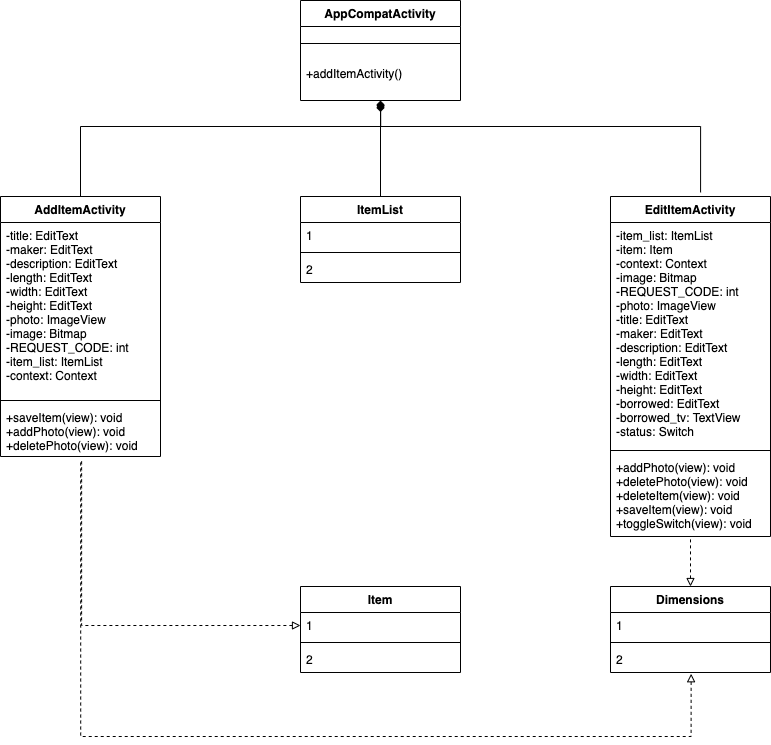
This is Class Diagrams/ApplicationBorrowedTemplateClassDiagram.png from smitbmx/Architecture-Diagrams, a draw.io export, as it was before one commit. Source tidied: cells renumbered, new cells last; positions are measured from the earlier drawing's top-left corner, leaving out a move shared by most shapes.
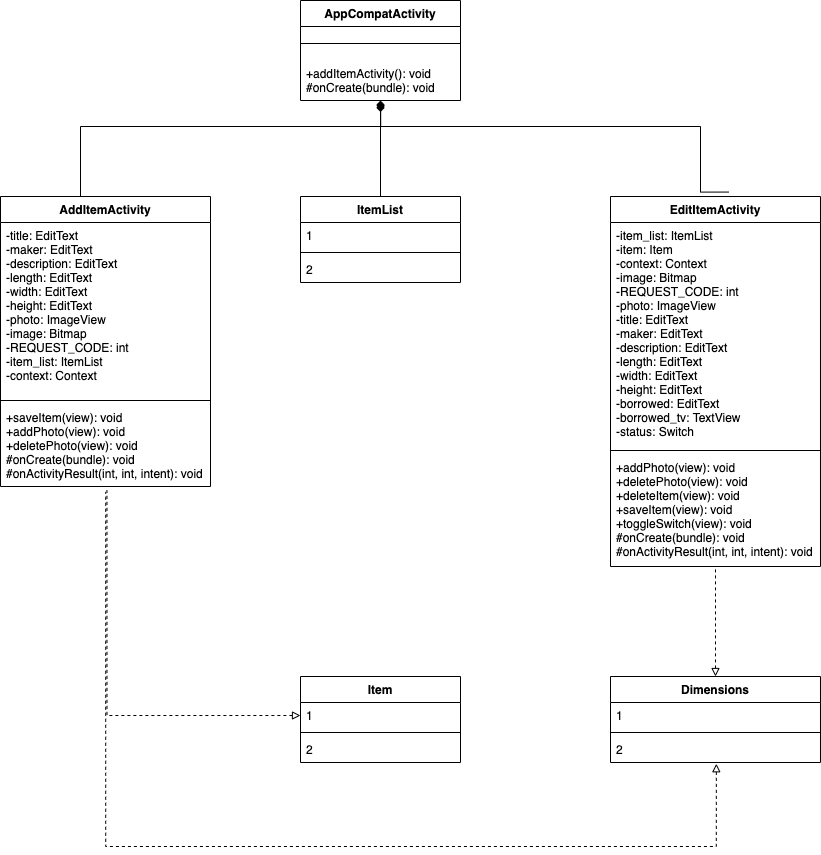
The same file after the commit.

Diff of the diagram source:
```diff
@@ -8,7 +8,7 @@
     <mxCell id="3" style="line;strokeWidth=1;fillColor=none;align=left;verticalAlign=middle;spacingTop=-1;spacingLeft=3;spacingRight=3;labelPosition=right;" parent="2" vertex="1">
       <mxGeometry y="26" width="160" height="34" as="geometry" />
     </mxCell>
-    <mxCell id="4" value="+addItemActivity()" style="text;strokeColor=none;fillColor=none;align=left;verticalAlign=top;spacingLeft=4;spacingRight=4;overflow=hidden;points=[[0,0.5],[1,0.5]];portConstraint=eastwest;" parent="2" vertex="1">
+    <mxCell id="4" value="+addItemActivity(): void&#10;#onCreate(bundle): void" style="text;strokeColor=none;fillColor=none;align=left;verticalAlign=top;spacingLeft=4;spacingRight=4;overflow=hidden;points=[[0,0.5],[1,0.5]];portConstraint=eastwest;" parent="2" vertex="1">
       <mxGeometry y="60" width="160" height="40" as="geometry" />
     </mxCell>
     <mxCell id="5" value="ItemList" style="swimlane;fontStyle=1;align=center;verticalAlign=top;horizontal=1;startSize=26;" parent="1" vertex="1">
@@ -24,31 +24,31 @@
       <mxGeometry y="60" width="160" height="26" as="geometry" />
     </mxCell>
     <mxCell id="9" value="AddItemActivity" style="swimlane;fontStyle=1;align=center;verticalAlign=top;horizontal=1;startSize=26;" parent="1" vertex="1">
-      <mxGeometry y="196" width="160" height="260" as="geometry" />
+      <mxGeometry y="196" width="210" height="290" as="geometry" />
     </mxCell>
     <mxCell id="10" value="-title: EditText&#10;-maker: EditText&#10;-description: EditText&#10;-length: EditText&#10;-width: EditText&#10;-height: EditText&#10;-photo: ImageView&#10;-image: Bitmap&#10;-REQUEST_CODE: int&#10;-item_list: ItemList&#10;-context: Context" style="text;strokeColor=none;fillColor=none;align=left;verticalAlign=top;spacingLeft=4;spacingRight=4;overflow=hidden;" parent="9" vertex="1">
-      <mxGeometry y="26" width="160" height="174" as="geometry" />
+      <mxGeometry y="26" width="210" height="174" as="geometry" />
     </mxCell>
     <mxCell id="11" style="line;strokeWidth=1;fillColor=none;align=left;verticalAlign=middle;spacingTop=-1;spacingLeft=3;spacingRight=3;labelPosition=right;" parent="9" vertex="1">
-      <mxGeometry y="200" width="160" height="8" as="geometry" />
+      <mxGeometry y="200" width="210" height="8" as="geometry" />
     </mxCell>
-    <mxCell id="12" value="+saveItem(view): void&#10;+addPhoto(view): void&#10;+deletePhoto(view): void" style="text;strokeColor=none;fillColor=none;align=left;verticalAlign=top;spacingLeft=4;spacingRight=4;overflow=hidden;points=[[0,0.5],[1,0.5]];portConstraint=eastwest;" parent="9" vertex="1">
-      <mxGeometry y="208" width="160" height="52" as="geometry" />
+    <mxCell id="12" value="+saveItem(view): void&#10;+addPhoto(view): void&#10;+deletePhoto(view): void&#10;#onCreate(bundle): void&#10;#onActivityResult(int, int, intent): void" style="text;strokeColor=none;fillColor=none;align=left;verticalAlign=top;spacingLeft=4;spacingRight=4;overflow=hidden;points=[[0,0.5],[1,0.5]];portConstraint=eastwest;" parent="9" vertex="1">
+      <mxGeometry y="208" width="210" height="82" as="geometry" />
     </mxCell>
     <mxCell id="13" value="EditItemActivity" style="swimlane;fontStyle=1;align=center;verticalAlign=top;horizontal=1;startSize=26;" parent="1" vertex="1">
-      <mxGeometry x="610" y="196" width="160" height="340" as="geometry" />
+      <mxGeometry x="610" y="196" width="210" height="370" as="geometry" />
     </mxCell>
-    <mxCell id="14" value="-item_list: ItemList&#10;-item: Item&#10;-context: Context&#10;-image: Bitmap&#10;-REQUEST_CODE: int&#10;-photo: ImageView&#10;-title: EditText&#10;-maker: EditText&#10;-description: EditText&#10;-length: EditText&#10;-width: EditText&#10;-height: EditText&#10;-borrowed: EditText&#10;-borrowed_tv: TextView&#10;-status: Switch&#10;" style="text;strokeColor=none;fillColor=none;align=left;verticalAlign=top;spacingLeft=4;spacingRight=4;overflow=hidden;" parent="13" vertex="1">
-      <mxGeometry y="26" width="160" height="224" as="geometry" />
+    <mxCell id="14" value="-item_list: ItemList&#10;-item: Item&#10;-context: Context&#10;-image: Bitmap&#10;-REQUEST_CODE: int&#10;-photo: ImageView&#10;-title: EditText&#10;-maker: EditText&#10;-description: EditText&#10;-length: EditText&#10;-width: EditText&#10;-height: EditText&#10;-borrowed: EditText&#10;-borrowed_tv: TextView&#10;-status: Switch" style="text;strokeColor=none;fillColor=none;align=left;verticalAlign=top;spacingLeft=4;spacingRight=4;overflow=hidden;" parent="13" vertex="1">
+      <mxGeometry y="26" width="210" height="224" as="geometry" />
     </mxCell>
     <mxCell id="15" style="line;strokeWidth=1;fillColor=none;align=left;verticalAlign=middle;spacingTop=-1;spacingLeft=3;spacingRight=3;labelPosition=right;" parent="13" vertex="1">
-      <mxGeometry y="250" width="160" height="8" as="geometry" />
+      <mxGeometry y="250" width="210" height="8" as="geometry" />
     </mxCell>
-    <mxCell id="16" value="+addPhoto(view): void&#10;+deletePhoto(view): void&#10;+deleteItem(view): void&#10;+saveItem(view): void&#10;+toggleSwitch(view): void" style="text;strokeColor=none;fillColor=none;align=left;verticalAlign=top;spacingLeft=4;spacingRight=4;overflow=hidden;" parent="13" vertex="1">
-      <mxGeometry y="258" width="160" height="82" as="geometry" />
+    <mxCell id="16" value="+addPhoto(view): void&#10;+deletePhoto(view): void&#10;+deleteItem(view): void&#10;+saveItem(view): void&#10;+toggleSwitch(view): void&#10;#onCreate(bundle): void&#10;#onActivityResult(int, int, intent): void" style="text;strokeColor=none;fillColor=none;align=left;verticalAlign=top;spacingLeft=4;spacingRight=4;overflow=hidden;" parent="13" vertex="1">
+      <mxGeometry y="258" width="210" height="112" as="geometry" />
     </mxCell>
     <mxCell id="17" value="Item" style="swimlane;fontStyle=1;align=center;verticalAlign=top;horizontal=1;startSize=26;" parent="1" vertex="1">
-      <mxGeometry x="300" y="586" width="160" height="86" as="geometry" />
+      <mxGeometry x="300" y="676" width="160" height="86" as="geometry" />
     </mxCell>
     <mxCell id="18" value="1" style="text;strokeColor=none;fillColor=none;align=left;verticalAlign=top;spacingLeft=4;spacingRight=4;overflow=hidden;points=[[0,0.5],[1,0.5]];portConstraint=eastwest;" parent="17" vertex="1">
       <mxGeometry y="26" width="160" height="26" as="geometry" />
@@ -60,16 +60,16 @@
       <mxGeometry y="60" width="160" height="26" as="geometry" />
     </mxCell>
     <mxCell id="21" value="Dimensions" style="swimlane;fontStyle=1;align=center;verticalAlign=top;horizontal=1;startSize=26;" parent="1" vertex="1">
-      <mxGeometry x="610" y="586" width="160" height="86" as="geometry" />
+      <mxGeometry x="610" y="676" width="210" height="86" as="geometry" />
     </mxCell>
     <mxCell id="22" value="1" style="text;strokeColor=none;fillColor=none;align=left;verticalAlign=top;spacingLeft=4;spacingRight=4;overflow=hidden;" parent="21" vertex="1">
-      <mxGeometry y="26" width="160" height="26" as="geometry" />
+      <mxGeometry y="26" width="210" height="26" as="geometry" />
     </mxCell>
     <mxCell id="23" style="line;strokeWidth=1;fillColor=none;align=left;verticalAlign=middle;spacingTop=-1;spacingLeft=3;spacingRight=3;labelPosition=right;" parent="21" vertex="1">
-      <mxGeometry y="52" width="160" height="8" as="geometry" />
+      <mxGeometry y="52" width="210" height="8" as="geometry" />
     </mxCell>
     <mxCell id="24" value="2" style="text;strokeColor=none;fillColor=none;align=left;verticalAlign=top;spacingLeft=4;spacingRight=4;overflow=hidden;points=[[0,0.5],[1,0.5]];portConstraint=eastwest;" parent="21" vertex="1">
-      <mxGeometry y="60" width="160" height="26" as="geometry" />
+      <mxGeometry y="60" width="210" height="26" as="geometry" />
     </mxCell>
     <mxCell id="25" style="endArrow=diamond;html=1;exitX=0.5;exitY=0;exitDx=0;exitDy=0;endFill=1;" parent="1" edge="1" source="5" target="4">
       <mxGeometry relative="1" as="geometry" />
@@ -93,15 +93,15 @@
     <mxCell id="28" style="endArrow=none;dashed=1;html=1;exitX=0;exitY=0.5;exitDx=0;exitDy=0;entryX=0.507;entryY=1.048;entryDx=0;entryDy=0;entryPerimeter=0;edgeStyle=orthogonalEdgeStyle;rounded=0;startArrow=block;startFill=0;" parent="1" edge="1" source="18" target="12">
       <mxGeometry relative="1" as="geometry">
         <Array as="points">
-          <mxPoint x="81" y="625" />
+          <mxPoint x="107" y="715" />
         </Array>
       </mxGeometry>
     </mxCell>
     <mxCell id="29" style="endArrow=none;dashed=1;html=1;entryX=0.501;entryY=1.066;entryDx=0;entryDy=0;entryPerimeter=0;exitX=0.504;exitY=1.048;exitDx=0;exitDy=0;exitPerimeter=0;edgeStyle=orthogonalEdgeStyle;rounded=0;startArrow=block;startFill=0;" parent="1" edge="1" source="24" target="12">
       <mxGeometry relative="1" as="geometry">
         <Array as="points">
-          <mxPoint x="691" y="736" />
-          <mxPoint x="80" y="736" />
+          <mxPoint x="691" y="846" />
+          <mxPoint x="80" y="846" />
         </Array>
       </mxGeometry>
     </mxCell>
```
